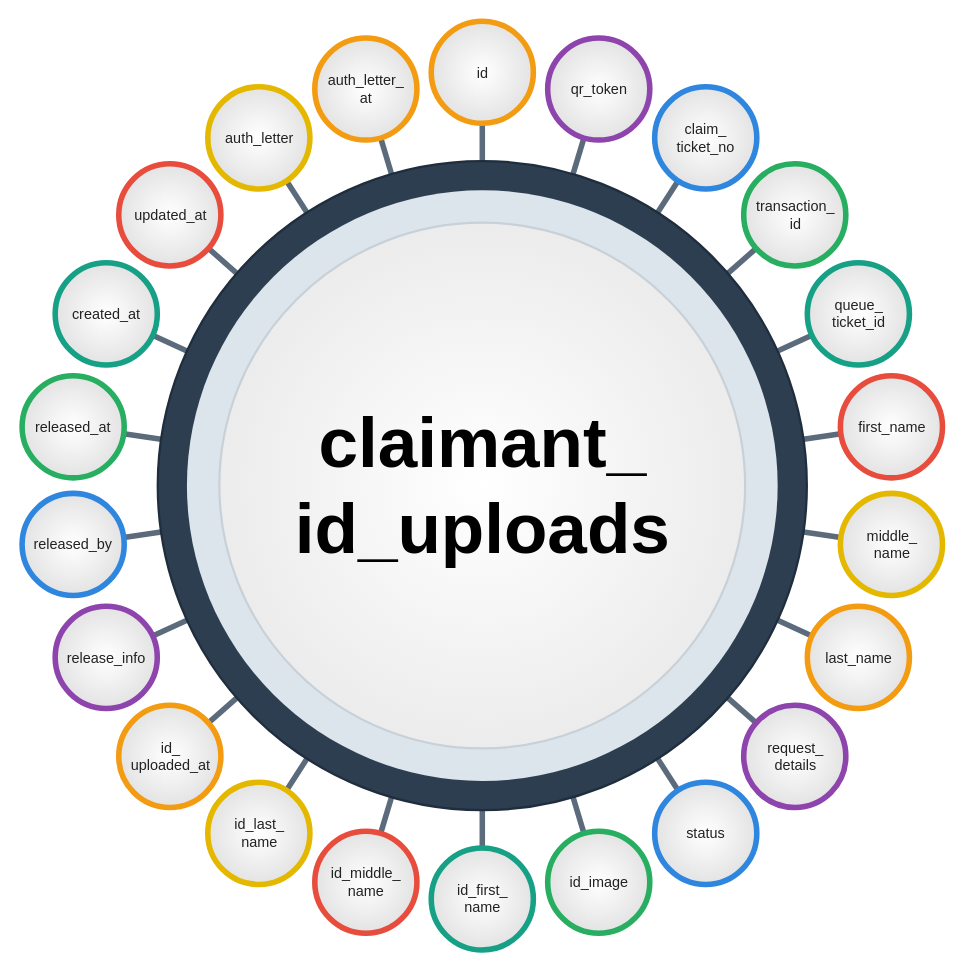
This is page "claimant_id_uploads" (12 of 39) of Docs/CROMS_Data_Entry_Table_Diagrams.drawio from ivanpalogan/CROMS08082026, a draw.io file, before an edit. Source tidied: cells renumbered, new cells numbered last; positions are measured from the earlier drawing's top-left corner, leaving out a move shared by most shapes. Both pictures are drawn from the tidied source at 111%, with x=0, y=0 at pixel (21, 21).
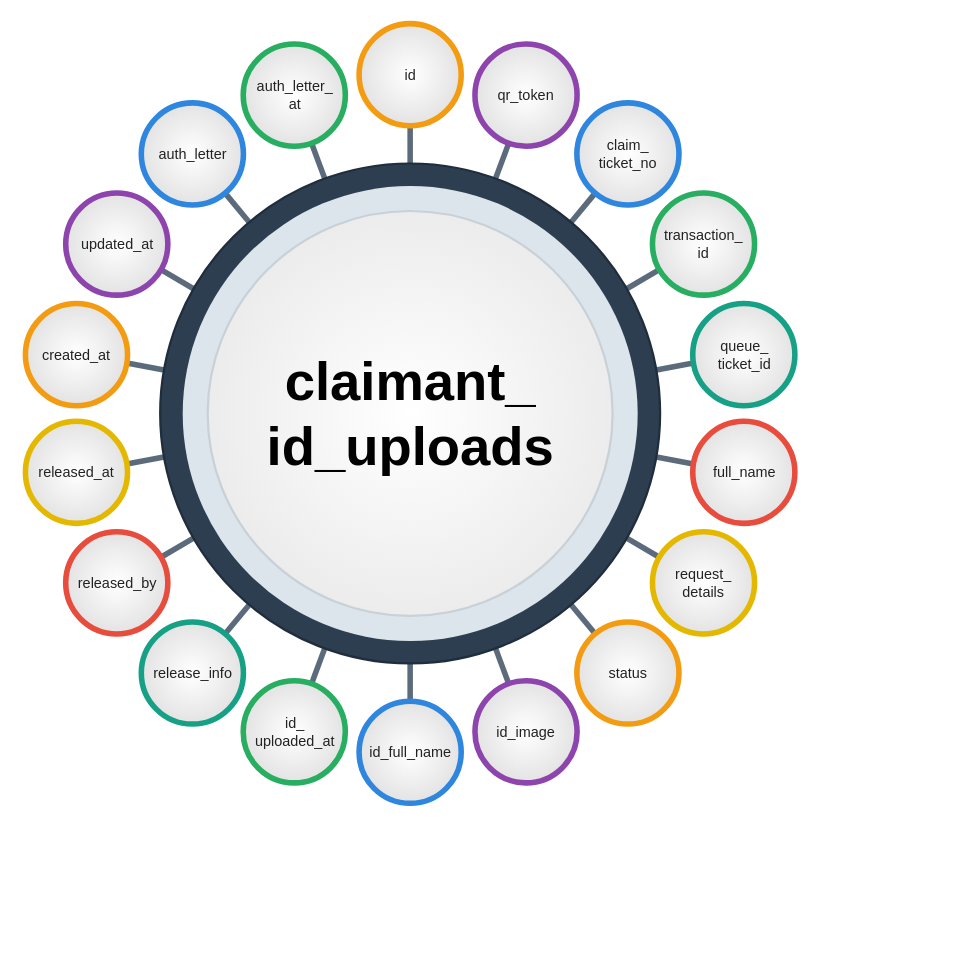
The same diagram, later.

Commit message (it also covers changes not shown here):
docs: merge name and address parts into single circles in every table diagram

Diff of the diagram source:
```diff
@@
-    <mxCell id="20" style="endArrow=none;startArrow=none;html=1;strokeColor=#5B6B7B;strokeWidth=5;" parent="1" edge="1" source="45" target="24">
-      <mxGeometry relative="1" as="geometry" />
-    </mxCell>
-    <mxCell id="21" style="endArrow=none;startArrow=none;html=1;strokeColor=#5B6B7B;strokeWidth=5;" parent="1" edge="1" source="46" target="24">
-      <mxGeometry relative="1" as="geometry" />
-    </mxCell>
-    <mxCell id="22" style="endArrow=none;startArrow=none;html=1;strokeColor=#5B6B7B;strokeWidth=5;" parent="1" edge="1" source="47" target="24">
-      <mxGeometry relative="1" as="geometry" />
-    </mxCell>
-    <mxCell id="23" style="endArrow=none;startArrow=none;html=1;strokeColor=#5B6B7B;strokeWidth=5;" parent="1" edge="1" source="48" target="24">
-      <mxGeometry relative="1" as="geometry" />
-    </mxCell>
     <mxCell id="24" style="ellipse;whiteSpace=nowrap;html=1;fillColor=#2C3E50;strokeColor=#1F2D3D;strokeWidth=2;" parent="1" vertex="1">
-      <mxGeometry x="122.6" y="125.6" width="584.8" height="584.8" as="geometry" />
+      <mxGeometry x="124.8" y="127.8" width="450.4" height="450.4" as="geometry" />
     </mxCell>
     <mxCell id="25" style="ellipse;whiteSpace=nowrap;html=1;fillColor=#DDE5EC;strokeColor=none;" parent="1" vertex="1">
-      <mxGeometry x="148.9" y="151.9" width="532.2" height="532.2" as="geometry" />
+      <mxGeometry x="145.1" y="148.1" width="409.9" height="409.9" as="geometry" />
     </mxCell>
-    <mxCell id="26" value="claimant_&lt;br&gt;id_uploads" style="ellipse;whiteSpace=nowrap;html=1;fontFamily=Arial;fontSize=64;fontStyle=1;fontColor=#000000;fillColor=#FFFFFF;gradientColor=#ECECEC;gradientDirection=radial;strokeColor=#C9D1D8;strokeWidth=2;align=center;verticalAlign=middle;" parent="1" vertex="1">
-      <mxGeometry x="178.1" y="181.1" width="473.7" height="473.7" as="geometry" />
+    <mxCell id="26" value="claimant_&lt;br&gt;id_uploads" style="ellipse;whiteSpace=nowrap;html=1;fontFamily=Arial;fontSize=49;fontStyle=1;fontColor=#000000;fillColor=#FFFFFF;gradientColor=#ECECEC;gradientDirection=radial;strokeColor=#C9D1D8;strokeWidth=2;align=center;verticalAlign=middle;" parent="1" vertex="1">
+      <mxGeometry x="167.6" y="170.6" width="364.8" height="364.8" as="geometry" />
     </mxCell>
     <mxCell id="27" value="id" style="ellipse;whiteSpace=nowrap;html=1;fontFamily=Arial;fontSize=13;align=center;verticalAlign=middle;spacing=0;strokeWidth=5;fontColor=#222222;fillColor=#FFFFFF;gradientColor=#E3E3E3;gradientDirection=radial;strokeColor=#F39C12;" parent="1" vertex="1">
-      <mxGeometry x="369" y="-0.4" width="92" height="92" as="geometry" />
+      <mxGeometry x="304" y="1.8" width="92" height="92" as="geometry" />
     </mxCell>
     <mxCell id="28" value="qr_token" style="ellipse;whiteSpace=nowrap;html=1;fontFamily=Arial;fontSize=13;align=center;verticalAlign=middle;spacing=0;strokeWidth=5;fontColor=#222222;fillColor=#FFFFFF;gradientColor=#E3E3E3;gradientDirection=radial;strokeColor=#8E44AD;" parent="1" vertex="1">
-      <mxGeometry x="473.9" y="14.7" width="92" height="92" as="geometry" />
+      <mxGeometry x="408.4" y="20.2" width="92" height="92" as="geometry" />
     </mxCell>
     <mxCell id="29" value="claim_&lt;br&gt;ticket_no" style="ellipse;whiteSpace=nowrap;html=1;fontFamily=Arial;fontSize=13;align=center;verticalAlign=middle;spacing=0;strokeWidth=5;fontColor=#222222;fillColor=#FFFFFF;gradientColor=#E3E3E3;gradientDirection=radial;strokeColor=#2E86DE;" parent="1" vertex="1">
-      <mxGeometry x="570.3" y="58.7" width="92" height="92" as="geometry" />
+      <mxGeometry x="500.2" y="73.2" width="92" height="92" as="geometry" />
     </mxCell>
     <mxCell id="30" value="transaction_&lt;br&gt;id" style="ellipse;whiteSpace=nowrap;html=1;fontFamily=Arial;fontSize=13;align=center;verticalAlign=middle;spacing=0;strokeWidth=5;fontColor=#222222;fillColor=#FFFFFF;gradientColor=#E3E3E3;gradientDirection=radial;strokeColor=#27AE60;" parent="1" vertex="1">
-      <mxGeometry x="650.5" y="128.1" width="92" height="92" as="geometry" />
+      <mxGeometry x="568.3" y="154.4" width="92" height="92" as="geometry" />
     </mxCell>
     <mxCell id="31" value="queue_&lt;br&gt;ticket_id" style="ellipse;whiteSpace=nowrap;html=1;fontFamily=Arial;fontSize=13;align=center;verticalAlign=middle;spacing=0;strokeWidth=5;fontColor=#222222;fillColor=#FFFFFF;gradientColor=#E3E3E3;gradientDirection=radial;strokeColor=#16A085;" parent="1" vertex="1">
-      <mxGeometry x="707.8" y="217.3" width="92" height="92" as="geometry" />
+      <mxGeometry x="604.6" y="254" width="92" height="92" as="geometry" />
     </mxCell>
-    <mxCell id="32" value="first_name" style="ellipse;whiteSpace=nowrap;html=1;fontFamily=Arial;fontSize=13;align=center;verticalAlign=middle;spacing=0;strokeWidth=5;fontColor=#222222;fillColor=#FFFFFF;gradientColor=#E3E3E3;gradientDirection=radial;strokeColor=#E74C3C;" parent="1" vertex="1">
-      <mxGeometry x="737.6" y="319" width="92" height="92" as="geometry" />
+    <mxCell id="32" value="full_name" style="ellipse;whiteSpace=nowrap;html=1;fontFamily=Arial;fontSize=13;align=center;verticalAlign=middle;spacing=0;strokeWidth=5;fontColor=#222222;fillColor=#FFFFFF;gradientColor=#E3E3E3;gradientDirection=radial;strokeColor=#E74C3C;" parent="1" vertex="1">
+      <mxGeometry x="604.6" y="360" width="92" height="92" as="geometry" />
     </mxCell>
-    <mxCell id="33" value="middle_&lt;br&gt;name" style="ellipse;whiteSpace=nowrap;html=1;fontFamily=Arial;fontSize=13;align=center;verticalAlign=middle;spacing=0;strokeWidth=5;fontColor=#222222;fillColor=#FFFFFF;gradientColor=#E3E3E3;gradientDirection=radial;strokeColor=#E5B800;" parent="1" vertex="1">
-      <mxGeometry x="737.6" y="425" width="92" height="92" as="geometry" />
+    <mxCell id="33" value="request_&lt;br&gt;details" style="ellipse;whiteSpace=nowrap;html=1;fontFamily=Arial;fontSize=13;align=center;verticalAlign=middle;spacing=0;strokeWidth=5;fontColor=#222222;fillColor=#FFFFFF;gradientColor=#E3E3E3;gradientDirection=radial;strokeColor=#E5B800;" parent="1" vertex="1">
+      <mxGeometry x="568.3" y="459.6" width="92" height="92" as="geometry" />
     </mxCell>
-    <mxCell id="34" value="last_name" style="ellipse;whiteSpace=nowrap;html=1;fontFamily=Arial;fontSize=13;align=center;verticalAlign=middle;spacing=0;strokeWidth=5;fontColor=#222222;fillColor=#FFFFFF;gradientColor=#E3E3E3;gradientDirection=radial;strokeColor=#F39C12;" parent="1" vertex="1">
-      <mxGeometry x="707.8" y="526.7" width="92" height="92" as="geometry" />
+    <mxCell id="34" value="status" style="ellipse;whiteSpace=nowrap;html=1;fontFamily=Arial;fontSize=13;align=center;verticalAlign=middle;spacing=0;strokeWidth=5;fontColor=#222222;fillColor=#FFFFFF;gradientColor=#E3E3E3;gradientDirection=radial;strokeColor=#F39C12;" parent="1" vertex="1">
+      <mxGeometry x="500.2" y="540.8" width="92" height="92" as="geometry" />
     </mxCell>
-    <mxCell id="35" value="request_&lt;br&gt;details" style="ellipse;whiteSpace=nowrap;html=1;fontFamily=Arial;fontSize=13;align=center;verticalAlign=middle;spacing=0;strokeWidth=5;fontColor=#222222;fillColor=#FFFFFF;gradientColor=#E3E3E3;gradientDirection=radial;strokeColor=#8E44AD;" parent="1" vertex="1">
-      <mxGeometry x="650.5" y="615.9" width="92" height="92" as="geometry" />
+    <mxCell id="35" value="id_image" style="ellipse;whiteSpace=nowrap;html=1;fontFamily=Arial;fontSize=13;align=center;verticalAlign=middle;spacing=0;strokeWidth=5;fontColor=#222222;fillColor=#FFFFFF;gradientColor=#E3E3E3;gradientDirection=radial;strokeColor=#8E44AD;" parent="1" vertex="1">
+      <mxGeometry x="408.4" y="593.8" width="92" height="92" as="geometry" />
     </mxCell>
-    <mxCell id="36" value="status" style="ellipse;whiteSpace=nowrap;html=1;fontFamily=Arial;fontSize=13;align=center;verticalAlign=middle;spacing=0;strokeWidth=5;fontColor=#222222;fillColor=#FFFFFF;gradientColor=#E3E3E3;gradientDirection=radial;strokeColor=#2E86DE;" parent="1" vertex="1">
-      <mxGeometry x="570.3" y="685.3" width="92" height="92" as="geometry" />
+    <mxCell id="36" value="id_full_name" style="ellipse;whiteSpace=nowrap;html=1;fontFamily=Arial;fontSize=13;align=center;verticalAlign=middle;spacing=0;strokeWidth=5;fontColor=#222222;fillColor=#FFFFFF;gradientColor=#E3E3E3;gradientDirection=radial;strokeColor=#2E86DE;" parent="1" vertex="1">
+      <mxGeometry x="304" y="612.2" width="92" height="92" as="geometry" />
     </mxCell>
-    <mxCell id="37" value="id_image" style="ellipse;whiteSpace=nowrap;html=1;fontFamily=Arial;fontSize=13;align=center;verticalAlign=middle;spacing=0;strokeWidth=5;fontColor=#222222;fillColor=#FFFFFF;gradientColor=#E3E3E3;gradientDirection=radial;strokeColor=#27AE60;" parent="1" vertex="1">
-      <mxGeometry x="473.9" y="729.3" width="92" height="92" as="geometry" />
+    <mxCell id="37" value="id_&lt;br&gt;uploaded_at" style="ellipse;whiteSpace=nowrap;html=1;fontFamily=Arial;fontSize=13;align=center;verticalAlign=middle;spacing=0;strokeWidth=5;fontColor=#222222;fillColor=#FFFFFF;gradientColor=#E3E3E3;gradientDirection=radial;strokeColor=#27AE60;" parent="1" vertex="1">
+      <mxGeometry x="199.6" y="593.8" width="92" height="92" as="geometry" />
     </mxCell>
-    <mxCell id="38" value="id_first_&lt;br&gt;name" style="ellipse;whiteSpace=nowrap;html=1;fontFamily=Arial;fontSize=13;align=center;verticalAlign=middle;spacing=0;strokeWidth=5;fontColor=#222222;fillColor=#FFFFFF;gradientColor=#E3E3E3;gradientDirection=radial;strokeColor=#16A085;" parent="1" vertex="1">
-      <mxGeometry x="369" y="744.4" width="92" height="92" as="geometry" />
+    <mxCell id="38" value="release_info" style="ellipse;whiteSpace=nowrap;html=1;fontFamily=Arial;fontSize=13;align=center;verticalAlign=middle;spacing=0;strokeWidth=5;fontColor=#222222;fillColor=#FFFFFF;gradientColor=#E3E3E3;gradientDirection=radial;strokeColor=#16A085;" parent="1" vertex="1">
+      <mxGeometry x="107.8" y="540.8" width="92" height="92" as="geometry" />
     </mxCell>
-    <mxCell id="39" value="id_middle_&lt;br&gt;name" style="ellipse;whiteSpace=nowrap;html=1;fontFamily=Arial;fontSize=13;align=center;verticalAlign=middle;spacing=0;strokeWidth=5;fontColor=#222222;fillColor=#FFFFFF;gradientColor=#E3E3E3;gradientDirection=radial;strokeColor=#E74C3C;" parent="1" vertex="1">
-      <mxGeometry x="264.1" y="729.3" width="92" height="92" as="geometry" />
+    <mxCell id="39" value="released_by" style="ellipse;whiteSpace=nowrap;html=1;fontFamily=Arial;fontSize=13;align=center;verticalAlign=middle;spacing=0;strokeWidth=5;fontColor=#222222;fillColor=#FFFFFF;gradientColor=#E3E3E3;gradientDirection=radial;strokeColor=#E74C3C;" parent="1" vertex="1">
+      <mxGeometry x="39.7" y="459.6" width="92" height="92" as="geometry" />
     </mxCell>
-    <mxCell id="40" value="id_last_&lt;br&gt;name" style="ellipse;whiteSpace=nowrap;html=1;fontFamily=Arial;fontSize=13;align=center;verticalAlign=middle;spacing=0;strokeWidth=5;fontColor=#222222;fillColor=#FFFFFF;gradientColor=#E3E3E3;gradientDirection=radial;strokeColor=#E5B800;" parent="1" vertex="1">
-      <mxGeometry x="167.7" y="685.3" width="92" height="92" as="geometry" />
+    <mxCell id="40" value="released_at" style="ellipse;whiteSpace=nowrap;html=1;fontFamily=Arial;fontSize=13;align=center;verticalAlign=middle;spacing=0;strokeWidth=5;fontColor=#222222;fillColor=#FFFFFF;gradientColor=#E3E3E3;gradientDirection=radial;strokeColor=#E5B800;" parent="1" vertex="1">
+      <mxGeometry x="3.4" y="360" width="92" height="92" as="geometry" />
     </mxCell>
-    <mxCell id="41" value="id_&lt;br&gt;uploaded_at" style="ellipse;whiteSpace=nowrap;html=1;fontFamily=Arial;fontSize=13;align=center;verticalAlign=middle;spacing=0;strokeWidth=5;fontColor=#222222;fillColor=#FFFFFF;gradientColor=#E3E3E3;gradientDirection=radial;strokeColor=#F39C12;" parent="1" vertex="1">
-      <mxGeometry x="87.5" y="615.9" width="92" height="92" as="geometry" />
+    <mxCell id="41" value="created_at" style="ellipse;whiteSpace=nowrap;html=1;fontFamily=Arial;fontSize=13;align=center;verticalAlign=middle;spacing=0;strokeWidth=5;fontColor=#222222;fillColor=#FFFFFF;gradientColor=#E3E3E3;gradientDirection=radial;strokeColor=#F39C12;" parent="1" vertex="1">
+      <mxGeometry x="3.4" y="254" width="92" height="92" as="geometry" />
     </mxCell>
-    <mxCell id="42" value="release_info" style="ellipse;whiteSpace=nowrap;html=1;fontFamily=Arial;fontSize=13;align=center;verticalAlign=middle;spacing=0;strokeWidth=5;fontColor=#222222;fillColor=#FFFFFF;gradientColor=#E3E3E3;gradientDirection=radial;strokeColor=#8E44AD;" parent="1" vertex="1">
-      <mxGeometry x="30.2" y="526.7" width="92" height="92" as="geometry" />
+    <mxCell id="42" value="updated_at" style="ellipse;whiteSpace=nowrap;html=1;fontFamily=Arial;fontSize=13;align=center;verticalAlign=middle;spacing=0;strokeWidth=5;fontColor=#222222;fillColor=#FFFFFF;gradientColor=#E3E3E3;gradientDirection=radial;strokeColor=#8E44AD;" parent="1" vertex="1">
+      <mxGeometry x="39.7" y="154.4" width="92" height="92" as="geometry" />
     </mxCell>
-    <mxCell id="43" value="released_by" style="ellipse;whiteSpace=nowrap;html=1;fontFamily=Arial;fontSize=13;align=center;verticalAlign=middle;spacing=0;strokeWidth=5;fontColor=#222222;fillColor=#FFFFFF;gradientColor=#E3E3E3;gradientDirection=radial;strokeColor=#2E86DE;" parent="1" vertex="1">
-      <mxGeometry x="0.4" y="425" width="92" height="92" as="geometry" />
+    <mxCell id="43" value="auth_letter" style="ellipse;whiteSpace=nowrap;html=1;fontFamily=Arial;fontSize=13;align=center;verticalAlign=middle;spacing=0;strokeWidth=5;fontColor=#222222;fillColor=#FFFFFF;gradientColor=#E3E3E3;gradientDirection=radial;strokeColor=#2E86DE;" parent="1" vertex="1">
+      <mxGeometry x="107.8" y="73.2" width="92" height="92" as="geometry" />
     </mxCell>
-    <mxCell id="44" value="released_at" style="ellipse;whiteSpace=nowrap;html=1;fontFamily=Arial;fontSize=13;align=center;verticalAlign=middle;spacing=0;strokeWidth=5;fontColor=#222222;fillColor=#FFFFFF;gradientColor=#E3E3E3;gradientDirection=radial;strokeColor=#27AE60;" parent="1" vertex="1">
-      <mxGeometry x="0.4" y="319" width="92" height="92" as="geometry" />
+    <mxCell id="44" value="auth_letter_&lt;br&gt;at" style="ellipse;whiteSpace=nowrap;html=1;fontFamily=Arial;fontSize=13;align=center;verticalAlign=middle;spacing=0;strokeWidth=5;fontColor=#222222;fillColor=#FFFFFF;gradientColor=#E3E3E3;gradientDirection=radial;strokeColor=#27AE60;" parent="1" vertex="1">
+      <mxGeometry x="199.6" y="20.2" width="92" height="92" as="geometry" />
     </mxCell>
-    <mxCell id="45" value="created_at" style="ellipse;whiteSpace=nowrap;html=1;fontFamily=Arial;fontSize=13;align=center;verticalAlign=middle;spacing=0;strokeWidth=5;fontColor=#222222;fillColor=#FFFFFF;gradientColor=#E3E3E3;gradientDirection=radial;strokeColor=#16A085;" parent="1" vertex="1">
-      <mxGeometry x="30.2" y="217.3" width="92" height="92" as="geometry" />
-    </mxCell>
-    <mxCell id="46" value="updated_at" style="ellipse;whiteSpace=nowrap;html=1;fontFamily=Arial;fontSize=13;align=center;verticalAlign=middle;spacing=0;strokeWidth=5;fontColor=#222222;fillColor=#FFFFFF;gradientColor=#E3E3E3;gradientDirection=radial;strokeColor=#E74C3C;" parent="1" vertex="1">
-      <mxGeometry x="87.5" y="128.1" width="92" height="92" as="geometry" />
-    </mxCell>
-    <mxCell id="47" value="auth_letter" style="ellipse;whiteSpace=nowrap;html=1;fontFamily=Arial;fontSize=13;align=center;verticalAlign=middle;spacing=0;strokeWidth=5;fontColor=#222222;fillColor=#FFFFFF;gradientColor=#E3E3E3;gradientDirection=radial;strokeColor=#E5B800;" parent="1" vertex="1">
-      <mxGeometry x="167.7" y="58.7" width="92" height="92" as="geometry" />
-    </mxCell>
-    <mxCell id="48" value="auth_letter_&lt;br&gt;at" style="ellipse;whiteSpace=nowrap;html=1;fontFamily=Arial;fontSize=13;align=center;verticalAlign=middle;spacing=0;strokeWidth=5;fontColor=#222222;fillColor=#FFFFFF;gradientColor=#E3E3E3;gradientDirection=radial;strokeColor=#F39C12;" parent="1" vertex="1">
-      <mxGeometry x="264.1" y="14.7" width="92" height="92" as="geometry" />
-    </mxCell>
```
